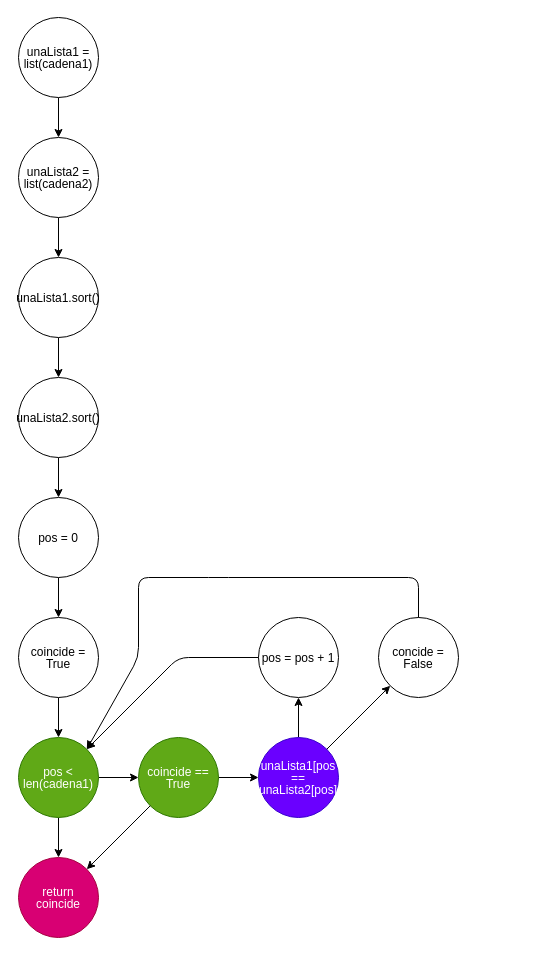
Before: CajaBlanca/3-grafo.drawio in cdtello/SoftwareTesting, a draw.io diagram. Source tidied: cells renumbered, new cells numbered last; positions are measured from the earlier drawing's top-left corner, leaving out a move shared by most shapes. Both pictures are drawn from the tidied source at 100%, with x=0, y=0 at pixel (18, 17).
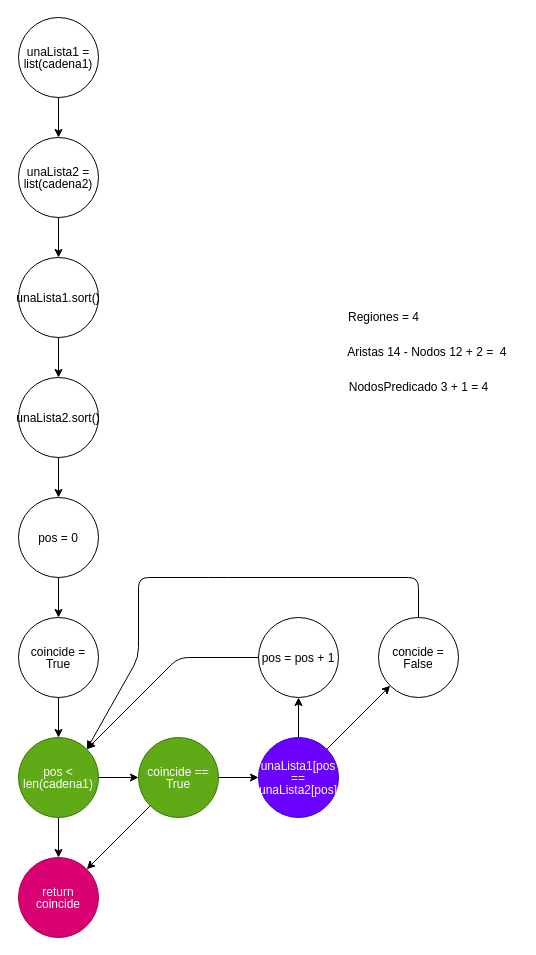
After the change.

What changed in the source:
```diff
@@
+    <mxCell id="28" value="Regiones = 4" style="text;html=1;align=center;verticalAlign=middle;strokeColor=none;fillColor=none;" parent="1" vertex="1">
+      <mxGeometry x="320" y="290" width="90" height="20" as="geometry" />
+    </mxCell>
+    <mxCell id="29" value="Aristas 14 - Nodos 12 + 2 =&amp;nbsp; 4&amp;nbsp;" style="text;html=1;align=center;verticalAlign=middle;strokeColor=none;fillColor=none;" parent="1" vertex="1">
+      <mxGeometry x="320" y="325" width="180" height="20" as="geometry" />
+    </mxCell>
+    <mxCell id="30" value="NodosPredicado 3 + 1 = 4" style="text;html=1;align=center;verticalAlign=middle;strokeColor=none;fillColor=none;" parent="1" vertex="1">
+      <mxGeometry x="320" y="360" width="160" height="20" as="geometry" />
+    </mxCell>
```
